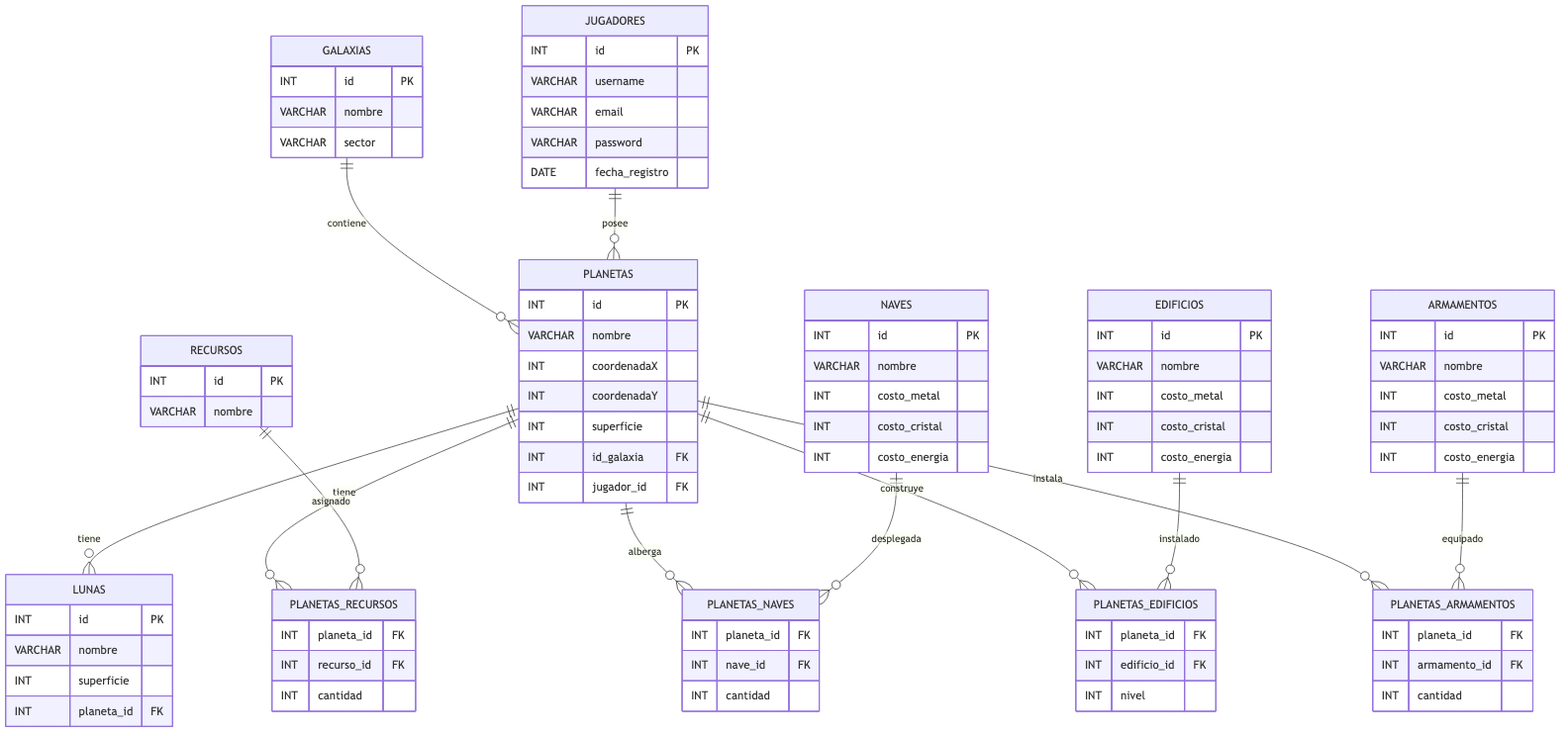
This is base-de-datos-parcial-1-main/docs/DER.png from Camila-Ianni/base-de-datos-parcial-1, a Mermaid export, as it was before one commit. Its source is kept beside it as base-de-datos-parcial-1-main/docs/DER.imperio.mmd.
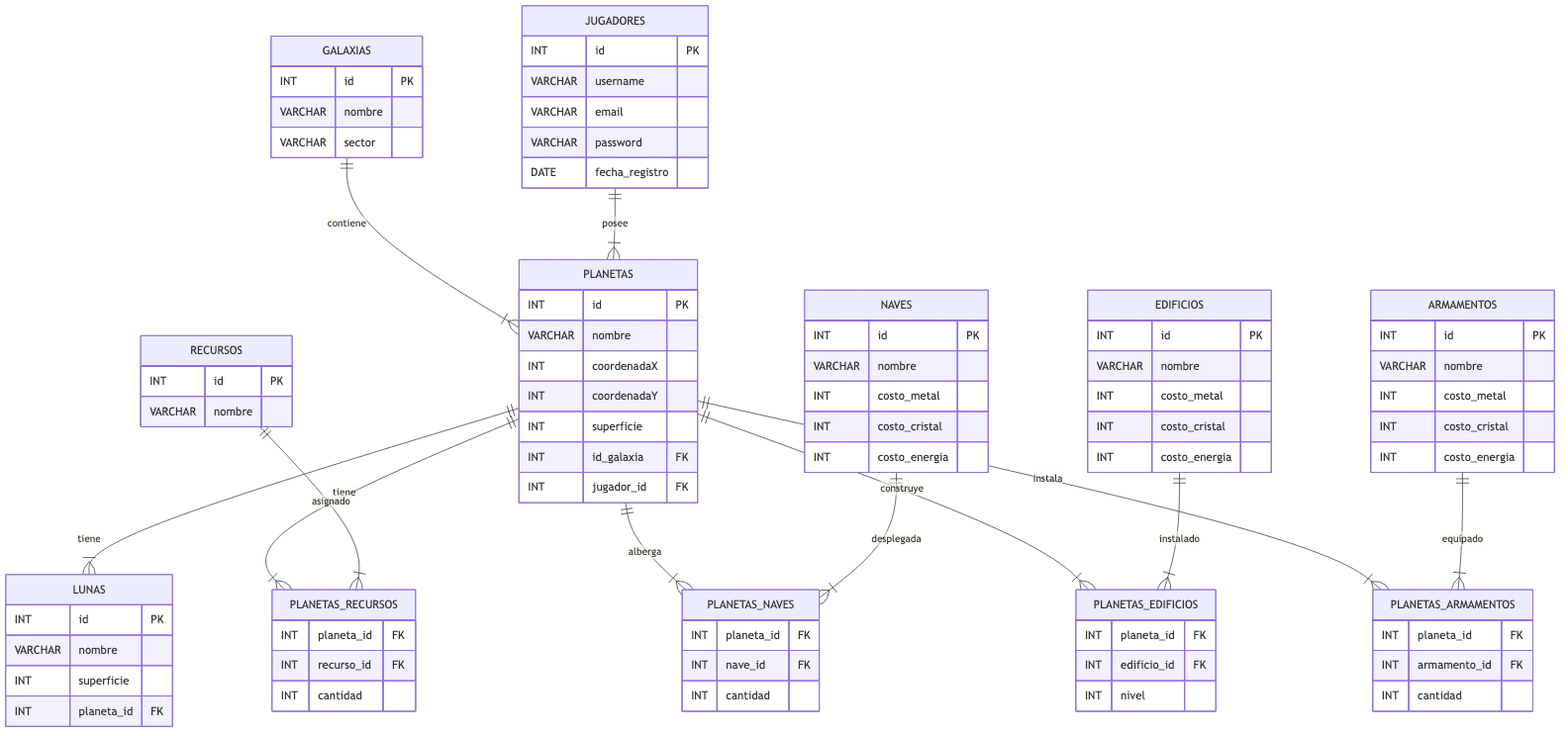
Above is the later version.

Diff of the diagram source:
```diff
@@ -84,18 +84,18 @@
         INT cantidad
     }
 
-    GALAXIAS ||--o{ PLANETAS : "contiene"
-    JUGADORES ||--o{ PLANETAS : "posee"
-    PLANETAS ||--o{ LUNAS : "tiene"
+    GALAXIAS ||--|{ PLANETAS : "contiene"
+    JUGADORES ||--|{ PLANETAS : "posee"
+    PLANETAS ||--|{ LUNAS : "tiene"
 
-    PLANETAS ||--o{ PLANETAS_RECURSOS : "tiene"
-    RECURSOS ||--o{ PLANETAS_RECURSOS : "asignado"
+    PLANETAS ||--|{ PLANETAS_RECURSOS : "tiene"
+    RECURSOS ||--|{ PLANETAS_RECURSOS : "asignado"
 
-    PLANETAS ||--o{ PLANETAS_NAVES : "alberga"
-    NAVES ||--o{ PLANETAS_NAVES : "desplegada"
+    PLANETAS ||--|{ PLANETAS_NAVES : "alberga"
+    NAVES ||--|{ PLANETAS_NAVES : "desplegada"
 
-    PLANETAS ||--o{ PLANETAS_EDIFICIOS : "construye"
-    EDIFICIOS ||--o{ PLANETAS_EDIFICIOS : "instalado"
+    PLANETAS ||--|{ PLANETAS_EDIFICIOS : "construye"
+    EDIFICIOS ||--|{ PLANETAS_EDIFICIOS : "instalado"
 
-    PLANETAS ||--o{ PLANETAS_ARMAMENTOS : "instala"
-    ARMAMENTOS ||--o{ PLANETAS_ARMAMENTOS : "equipado"
+    PLANETAS ||--|{ PLANETAS_ARMAMENTOS : "instala"
+    ARMAMENTOS ||--|{ PLANETAS_ARMAMENTOS : "equipado"
```
